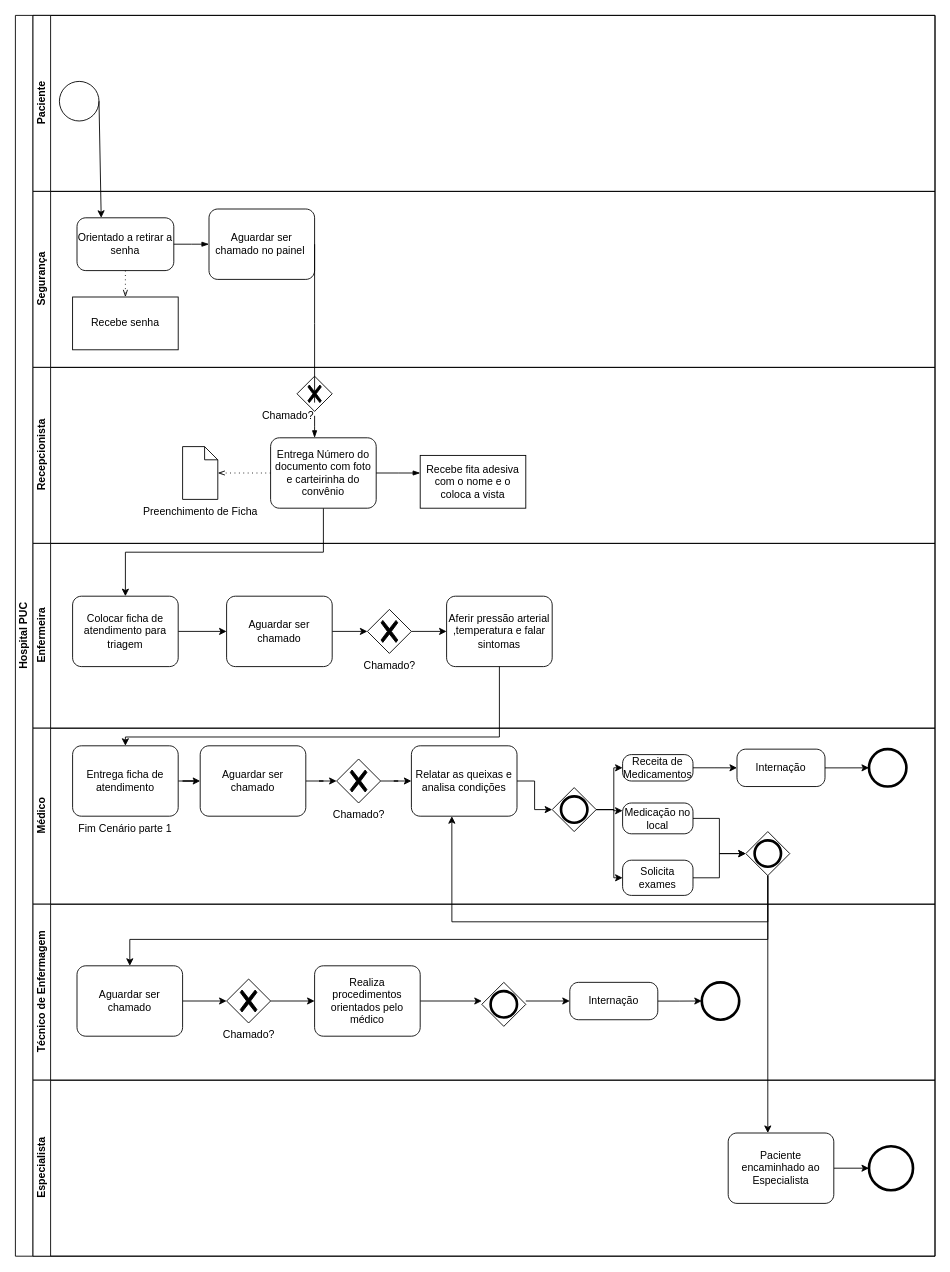
This is atividadesala1.drawio from rebeccajanuario/DiagramasBPMN, a draw.io file, before an edit. Source tidied: cells renumbered, new cells numbered last; positions are measured from the earlier drawing's top-left corner, leaving out a move shared by most shapes. Both pictures are drawn from the tidied source at 88%, with x=0, y=0 at pixel (15, 15).
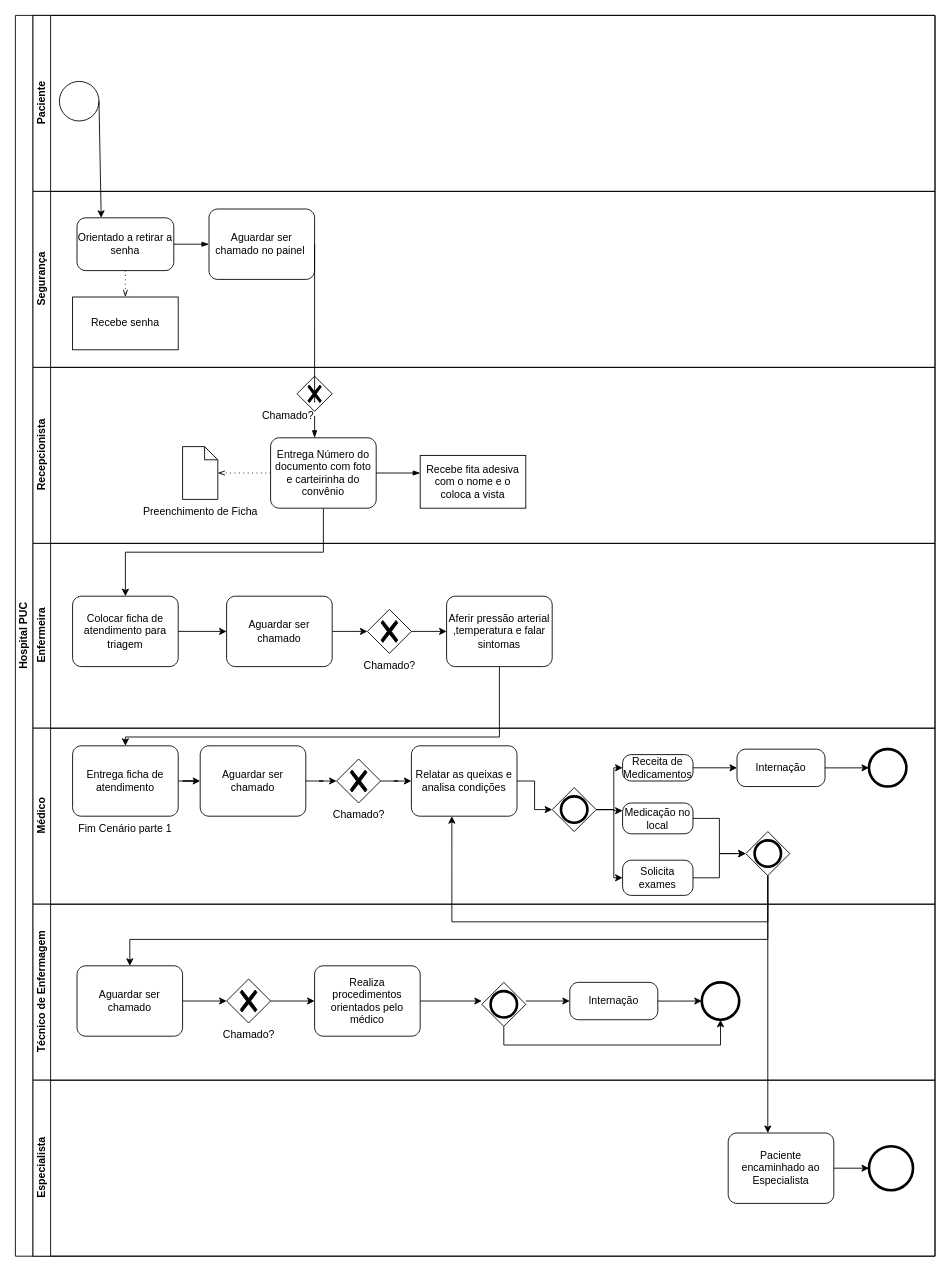
Above is the later version.

The change refers to these unchanged cells:
```xml
<mxCell id="49" value="Técnico de Enfermagem" style="swimlane;html=1;startSize=20;horizontal=0;" parent="2" vertex="1">
  <mxGeometry x="20" y="1010" width="1025" height="200" as="geometry" />
</mxCell>
<mxCell id="59" style="points=[[0.145,0.145,0],[0.5,0,0],[0.855,0.145,0],[1,0.5,0],[0.855,0.855,0],[0.5,1,0],[0.145,0.855,0],[0,0.5,0]];shape=mxgraph.bpmn.event;html=1;verticalLabelPosition=bottom;labelBackgroundColor=#ffffff;verticalAlign=top;align=center;perimeter=ellipsePerimeter;outlineConnect=0;outline=end;symbol=terminate2;" parent="49" vertex="1">
  <mxGeometry x="760" y="88.8" width="42.5" height="42.5" as="geometry" />
</mxCell>
<mxCell id="60" style="points=[[0.25,0.25,0],[0.5,0,0],[0.75,0.25,0],[1,0.5,0],[0.75,0.75,0],[0.5,1,0],[0.25,0.75,0],[0,0.5,0]];shape=mxgraph.bpmn.gateway2;html=1;verticalLabelPosition=bottom;labelBackgroundColor=#ffffff;verticalAlign=top;align=center;perimeter=rhombusPerimeter;outlineConnect=0;outline=end;symbol=general;" parent="49" vertex="1">
  <mxGeometry x="510" y="88.8" width="50" height="50" as="geometry" />
</mxCell>
```

The edit, as a diff of the source:
```diff
@@
+    <mxCell id="75" style="edgeStyle=orthogonalEdgeStyle;rounded=0;jettySize=auto;html=1;entryX=0.5;entryY=1;entryDx=0;entryDy=0;entryPerimeter=0;" parent="49" edge="1" source="60" target="59">
+      <mxGeometry relative="1" as="geometry">
+        <Array as="points">
+          <mxPoint x="535" y="160" />
+          <mxPoint x="781" y="160" />
+        </Array>
+      </mxGeometry>
+    </mxCell>
```
